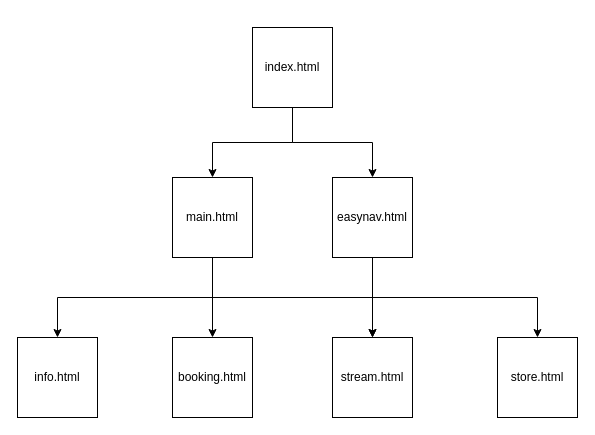
Earlier version of the draw.io diagram visualizations/WebsiteFlow.drawio (grunglebean/grunglebean.github.io). Source tidied: cells renumbered, new cells numbered last; positions are measured from the earlier drawing's top-left corner, leaving out a move shared by most shapes. Both pictures are drawn from the tidied source at 100%, with x=0, y=0 at pixel (17, 27).
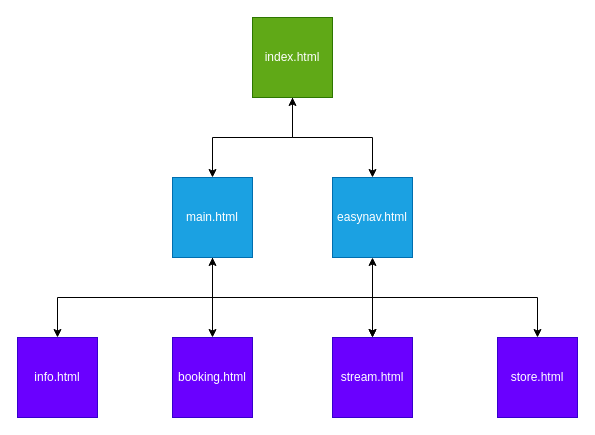
After the change.

Change to the diagram source:
```diff
@@
-    <mxCell id="3" style="edgeStyle=orthogonalEdgeStyle;rounded=0;jettySize=auto;html=1;" parent="1" edge="1" source="4" target="10">
+    <mxCell id="3" style="edgeStyle=orthogonalEdgeStyle;rounded=0;jettySize=auto;html=1;startArrow=classic;startFill=1;" parent="1" edge="1" source="4" target="10">
       <mxGeometry relative="1" as="geometry" />
     </mxCell>
-    <mxCell id="4" value="index.html" style="whiteSpace=wrap;html=1;" parent="1" vertex="1">
-      <mxGeometry x="235" width="80" height="80" as="geometry" />
+    <mxCell id="4" value="index.html" style="whiteSpace=wrap;html=1;fillColor=#60a917;fontColor=#ffffff;strokeColor=#2D7600;" parent="1" vertex="1">
+      <mxGeometry x="235" y="-10" width="80" height="80" as="geometry" />
     </mxCell>
-    <mxCell id="5" style="edgeStyle=orthogonalEdgeStyle;rounded=0;jettySize=auto;html=1;entryX=0.5;entryY=0;entryDx=0;entryDy=0;" parent="1" edge="1" source="9" target="11">
+    <mxCell id="5" style="edgeStyle=orthogonalEdgeStyle;rounded=0;jettySize=auto;html=1;entryX=0.5;entryY=0;entryDx=0;entryDy=0;startArrow=classic;startFill=1;" parent="1" edge="1" source="9" target="11">
       <mxGeometry relative="1" as="geometry">
         <Array as="points">
           <mxPoint x="195" y="270" />
           <mxPoint x="40" y="270" />
         </Array>
       </mxGeometry>
     </mxCell>
@@
-    <mxCell id="9" value="main.html" style="whiteSpace=wrap;html=1;" parent="1" vertex="1">
+    <mxCell id="9" value="main.html" style="whiteSpace=wrap;html=1;fillColor=#1ba1e2;strokeColor=#006EAF;fontColor=#ffffff;" parent="1" vertex="1">
       <mxGeometry x="155" y="150" width="80" height="80" as="geometry" />
     </mxCell>
-    <mxCell id="10" value="easynav.html" style="whiteSpace=wrap;html=1;" parent="1" vertex="1">
+    <mxCell id="10" value="easynav.html" style="whiteSpace=wrap;html=1;fillColor=#1ba1e2;strokeColor=#006EAF;fontColor=#ffffff;" parent="1" vertex="1">
       <mxGeometry x="315" y="150" width="80" height="80" as="geometry" />
     </mxCell>
-    <mxCell id="11" value="info.html" style="whiteSpace=wrap;html=1;" parent="1" vertex="1">
+    <mxCell id="11" value="info.html" style="whiteSpace=wrap;html=1;fillColor=#6a00ff;strokeColor=#3700CC;fontColor=#ffffff;" parent="1" vertex="1">
       <mxGeometry y="310" width="80" height="80" as="geometry" />
     </mxCell>
-    <mxCell id="12" value="booking.html" style="whiteSpace=wrap;html=1;" parent="1" vertex="1">
+    <mxCell id="12" value="booking.html" style="whiteSpace=wrap;html=1;fillColor=#6a00ff;strokeColor=#3700CC;fontColor=#ffffff;" parent="1" vertex="1">
       <mxGeometry x="155" y="310" width="80" height="80" as="geometry" />
     </mxCell>
-    <mxCell id="13" value="stream.html" style="whiteSpace=wrap;html=1;" parent="1" vertex="1">
+    <mxCell id="13" value="stream.html" style="whiteSpace=wrap;html=1;fillColor=#6a00ff;strokeColor=#3700CC;fontColor=#ffffff;" parent="1" vertex="1">
       <mxGeometry x="315" y="310" width="80" height="80" as="geometry" />
     </mxCell>
-    <mxCell id="14" value="store.html" style="whiteSpace=wrap;html=1;" parent="1" vertex="1">
+    <mxCell id="14" value="store.html" style="whiteSpace=wrap;html=1;fillColor=#6a00ff;strokeColor=#3700CC;fontColor=#ffffff;" parent="1" vertex="1">
       <mxGeometry x="480" y="310" width="80" height="80" as="geometry" />
     </mxCell>
-    <mxCell id="15" style="endArrow=classic;html=1;rounded=0;exitX=0.5;exitY=1;exitDx=0;exitDy=0;entryX=0.5;entryY=0;entryDx=0;entryDy=0;" parent="1" edge="1" source="10" target="13">
+    <mxCell id="15" style="endArrow=classic;html=1;rounded=0;exitX=0.5;exitY=1;exitDx=0;exitDy=0;entryX=0.5;entryY=0;entryDx=0;entryDy=0;startArrow=classic;startFill=1;" parent="1" edge="1" source="10" target="13">
       <mxGeometry relative="1" as="geometry" />
     </mxCell>
```
